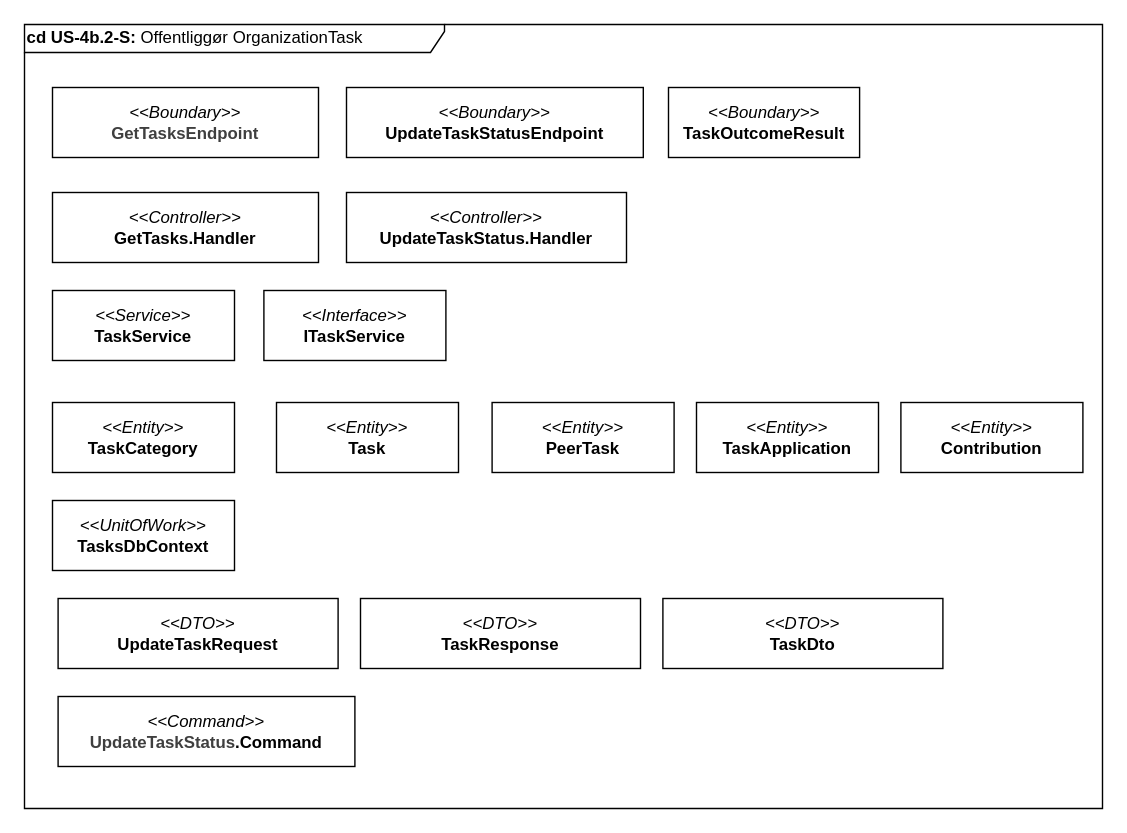
The draw.io diagram page "2 - klasser" (2 of 3) of drawio/Applikationsmodeller/US4b/BE/US4b_2_PublishPeerTas.drawio in Echo-AU/artifacts, before the edit. Source tidied: cells renumbered, new cells numbered last; positions are measured from the earlier drawing's top-left corner, leaving out a move shared by most shapes. Both pictures are drawn from the tidied source at 140%, with x=0, y=0 at pixel (24, 24).
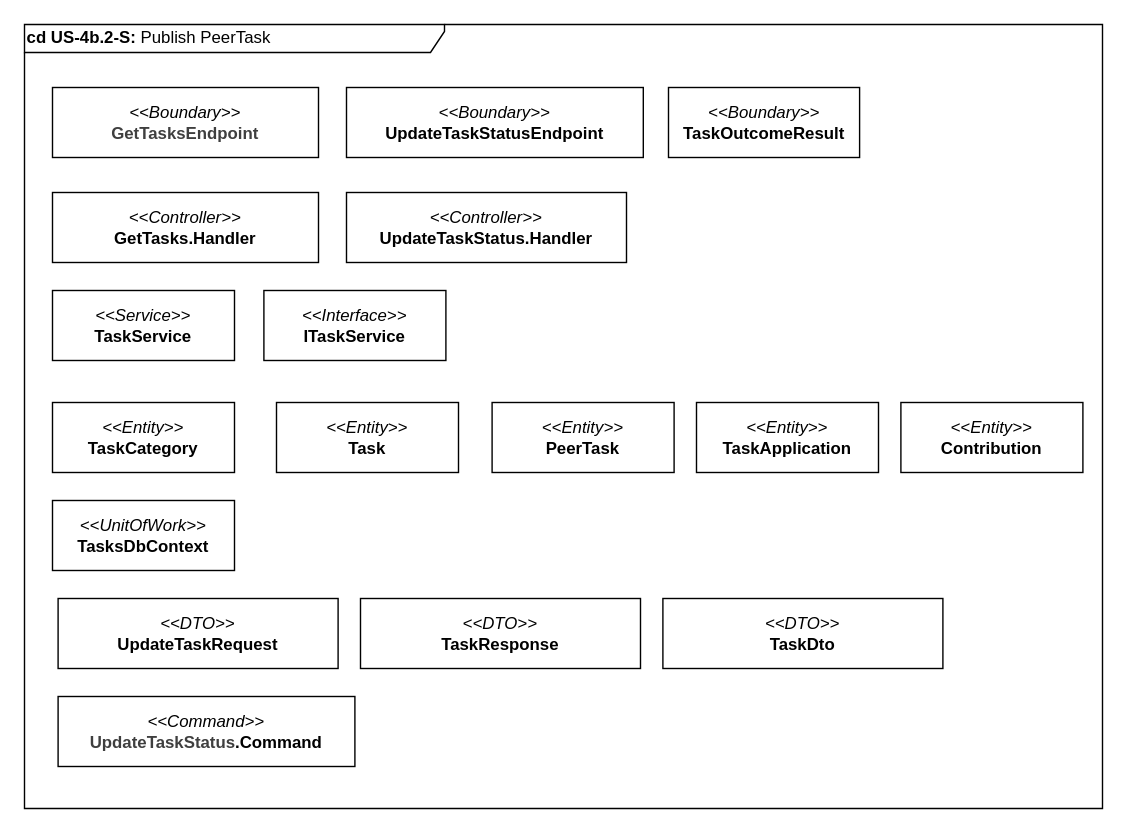
Above is the later version.

Change to the diagram source:
```diff
@@
 <mxGraphModel>
   <root>
     <mxCell id="0" />
     <mxCell id="1" parent="0" />
-    <mxCell id="2" value="&lt;b&gt;cd US-4b.2-S: &lt;/b&gt;Offentliggør OrganizationTask" style="shape=umlFrame;whiteSpace=wrap;html=1;width=300;height=20;align=left;" parent="1" vertex="1">
+    <mxCell id="2" value="&lt;b&gt;cd US-4b.2-S:&amp;nbsp;&lt;/b&gt;&lt;span style=&quot;color: rgb(0, 0, 0);&quot;&gt;Publish PeerTask&lt;/span&gt;" style="shape=umlFrame;whiteSpace=wrap;html=1;width=300;height=20;align=left;" parent="1" vertex="1">
       <mxGeometry width="770" height="560" as="geometry" />
     </mxCell>
     <mxCell id="3" value="&lt;span style=&quot;font-weight: normal;&quot;&gt;&lt;i&gt;&amp;lt;&amp;lt;Boundary&amp;gt;&amp;gt;&lt;/i&gt;&lt;/span&gt;&lt;div&gt;&lt;span style=&quot;color: rgb(63, 63, 63); scrollbar-color: rgba(121, 121, 121, 0.4) rgb(30, 30, 30);&quot;&gt;GetTasksEndpoint&lt;/span&gt;&lt;/div&gt;" style="rounded=0;whiteSpace=wrap;html=1;fontStyle=1;" parent="1" vertex="1">
       <mxGeometry x="20" y="45" width="190" height="50" as="geometry" />
     </mxCell>
     <mxCell id="4" value="&lt;span style=&quot;font-weight: normal;&quot;&gt;&lt;i&gt;&amp;lt;&amp;lt;Boundary&amp;gt;&amp;gt;&lt;/i&gt;&lt;/span&gt;&lt;div&gt;UpdateTaskStatusEndpoint&lt;/div&gt;" style="rounded=0;whiteSpace=wrap;html=1;fontStyle=1;" parent="1" vertex="1">
       <mxGeometry x="230" y="45" width="212" height="50" as="geometry" />
     </mxCell>
     <mxCell id="5" value="&lt;span style=&quot;font-weight: normal;&quot;&gt;&lt;i&gt;&amp;lt;&amp;lt;Boundary&amp;gt;&amp;gt;&lt;/i&gt;&lt;/span&gt;&lt;div&gt;TaskOutcomeResult&lt;/div&gt;" style="rounded=0;whiteSpace=wrap;html=1;fontStyle=1;" parent="1" vertex="1">
       <mxGeometry x="460" y="45" width="136.5" height="50" as="geometry" />
     </mxCell>
     <mxCell id="6" value="&lt;span style=&quot;font-weight: normal;&quot;&gt;&lt;i&gt;&amp;lt;&amp;lt;Controller&amp;gt;&amp;gt;&lt;/i&gt;&lt;/span&gt;&lt;div&gt;GetTasks.Handler&lt;/div&gt;" style="rounded=0;whiteSpace=wrap;html=1;fontStyle=1;" parent="1" vertex="1">
       <mxGeometry x="20" y="120" width="190" height="50" as="geometry" />
     </mxCell>
     <mxCell id="7" value="&lt;span style=&quot;font-weight: normal;&quot;&gt;&lt;i&gt;&amp;lt;&amp;lt;Command&amp;gt;&amp;gt;&lt;br&gt;&lt;/i&gt;&lt;/span&gt;&lt;div&gt;&lt;span style=&quot;color: rgb(63, 63, 63); background-color: transparent;&quot;&gt;UpdateTaskStatus&lt;/span&gt;.Command&lt;/div&gt;" style="rounded=0;whiteSpace=wrap;html=1;fontStyle=1;" parent="1" vertex="1">
       <mxGeometry x="24" y="480" width="212" height="50" as="geometry" />
     </mxCell>
     <mxCell id="8" value="&lt;span style=&quot;font-weight: normal;&quot;&gt;&lt;i&gt;&amp;lt;&amp;lt;DTO&amp;gt;&amp;gt;&lt;/i&gt;&lt;/span&gt;&lt;div&gt;UpdateTaskRequest&lt;/div&gt;" style="rounded=0;whiteSpace=wrap;html=1;fontStyle=1;" parent="1" vertex="1">
       <mxGeometry x="24" y="410" width="200" height="50" as="geometry" />
     </mxCell>
     <mxCell id="9" value="&lt;span style=&quot;font-weight: normal;&quot;&gt;&lt;i&gt;&amp;lt;&amp;lt;Service&amp;gt;&amp;gt;&lt;/i&gt;&lt;/span&gt;&lt;div&gt;TaskService&lt;/div&gt;" style="rounded=0;whiteSpace=wrap;html=1;fontStyle=1;" parent="1" vertex="1">
       <mxGeometry x="20" y="190" width="130" height="50" as="geometry" />
     </mxCell>
     <mxCell id="10" value="&lt;span style=&quot;font-weight: normal;&quot;&gt;&lt;i&gt;&amp;lt;&amp;lt;UnitOfWork&amp;gt;&amp;gt;&lt;/i&gt;&lt;/span&gt;&lt;div&gt;TasksDbContext&lt;/div&gt;" style="rounded=0;whiteSpace=wrap;html=1;fontStyle=1;" parent="1" vertex="1">
       <mxGeometry x="20" y="340" width="130" height="50" as="geometry" />
     </mxCell>
     <mxCell id="11" value="&lt;span style=&quot;font-weight: normal;&quot;&gt;&lt;i&gt;&amp;lt;&amp;lt;Entity&amp;gt;&amp;gt;&lt;/i&gt;&lt;/span&gt;&lt;div&gt;TaskCategory&lt;/div&gt;" style="rounded=0;whiteSpace=wrap;html=1;fontStyle=1;" parent="1" vertex="1">
       <mxGeometry x="20" y="270" width="130" height="50" as="geometry" />
     </mxCell>
     <mxCell id="12" value="&lt;span style=&quot;font-weight: normal;&quot;&gt;&lt;i&gt;&amp;lt;&amp;lt;Controller&amp;gt;&amp;gt;&lt;/i&gt;&lt;/span&gt;&lt;div&gt;UpdateTaskStatus.Handler&lt;/div&gt;" style="rounded=0;whiteSpace=wrap;html=1;fontStyle=1;" parent="1" vertex="1">
       <mxGeometry x="230" y="120" width="200" height="50" as="geometry" />
     </mxCell>
     <mxCell id="13" value="&lt;span style=&quot;font-weight: normal;&quot;&gt;&lt;i&gt;&amp;lt;&amp;lt;Interface&amp;gt;&amp;gt;&lt;/i&gt;&lt;/span&gt;&lt;div&gt;ITaskService&lt;/div&gt;" style="rounded=0;whiteSpace=wrap;html=1;fontStyle=1;" parent="1" vertex="1">
       <mxGeometry x="171" y="190" width="130" height="50" as="geometry" />
     </mxCell>
     <mxCell id="14" value="&lt;span style=&quot;font-weight: normal;&quot;&gt;&lt;i&gt;&amp;lt;&amp;lt;Entity&amp;gt;&amp;gt;&lt;/i&gt;&lt;/span&gt;&lt;div&gt;Task&lt;/div&gt;" style="rounded=0;whiteSpace=wrap;html=1;fontStyle=1;" parent="1" vertex="1">
       <mxGeometry x="180" y="270" width="130" height="50" as="geometry" />
     </mxCell>
     <mxCell id="15" value="&lt;span style=&quot;font-weight: normal;&quot;&gt;&lt;i&gt;&amp;lt;&amp;lt;Entity&amp;gt;&amp;gt;&lt;/i&gt;&lt;/span&gt;&lt;div&gt;PeerTask&lt;/div&gt;" style="rounded=0;whiteSpace=wrap;html=1;fontStyle=1;" parent="1" vertex="1">
       <mxGeometry x="334" y="270" width="130" height="50" as="geometry" />
     </mxCell>
     <mxCell id="16" value="&lt;span style=&quot;font-weight: normal;&quot;&gt;&lt;i&gt;&amp;lt;&amp;lt;DTO&amp;gt;&amp;gt;&lt;/i&gt;&lt;/span&gt;&lt;div&gt;TaskResponse&lt;/div&gt;" style="rounded=0;whiteSpace=wrap;html=1;fontStyle=1;" parent="1" vertex="1">
       <mxGeometry x="240" y="410" width="200" height="50" as="geometry" />
     </mxCell>
     <mxCell id="17" value="&lt;span style=&quot;font-weight: normal;&quot;&gt;&lt;i&gt;&amp;lt;&amp;lt;DTO&amp;gt;&amp;gt;&lt;/i&gt;&lt;/span&gt;&lt;div&gt;TaskDto&lt;/div&gt;" style="rounded=0;whiteSpace=wrap;html=1;fontStyle=1;" parent="1" vertex="1">
       <mxGeometry x="456" y="410" width="200" height="50" as="geometry" />
     </mxCell>
     <mxCell id="18" value="&lt;span style=&quot;font-weight: normal;&quot;&gt;&lt;i&gt;&amp;lt;&amp;lt;Entity&amp;gt;&amp;gt;&lt;/i&gt;&lt;/span&gt;&lt;div&gt;TaskApplication&lt;/div&gt;" style="rounded=0;whiteSpace=wrap;html=1;fontStyle=1;" parent="1" vertex="1">
       <mxGeometry x="480" y="270" width="130" height="50" as="geometry" />
     </mxCell>
     <mxCell id="19" value="&lt;span style=&quot;font-weight: normal;&quot;&gt;&lt;i&gt;&amp;lt;&amp;lt;Entity&amp;gt;&amp;gt;&lt;/i&gt;&lt;/span&gt;&lt;div&gt;Contribution&lt;/div&gt;" style="rounded=0;whiteSpace=wrap;html=1;fontStyle=1;" parent="1" vertex="1">
       <mxGeometry x="626" y="270" width="130" height="50" as="geometry" />
     </mxCell>
   </root>
 </mxGraphModel>
```
